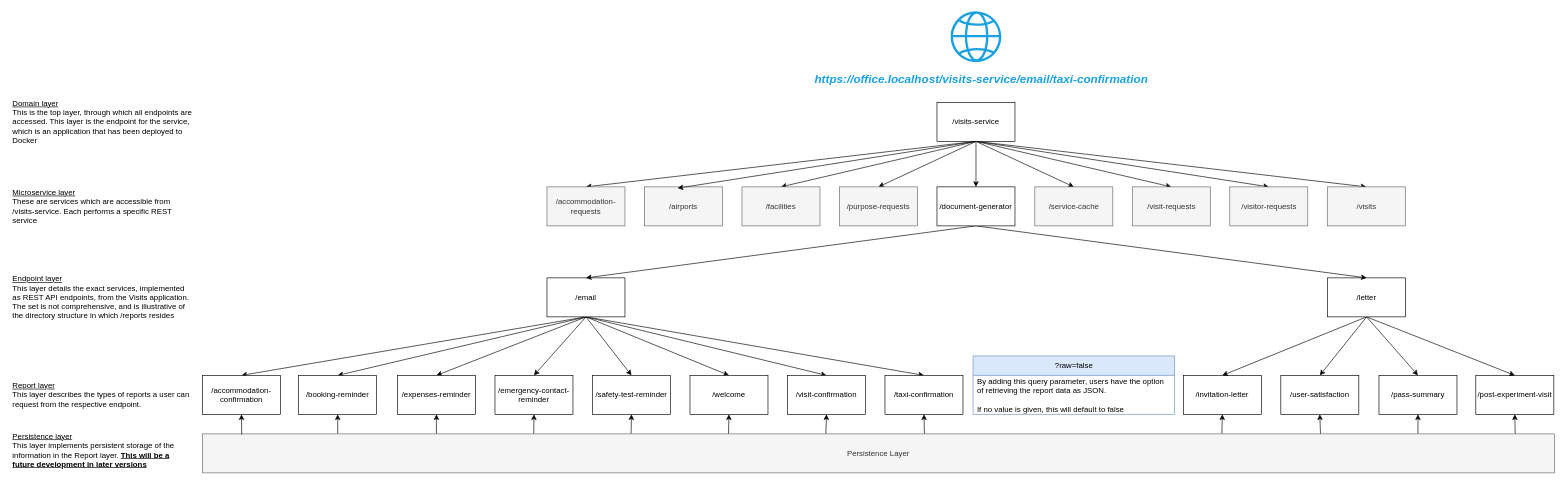
ambolt314/FinalProjectDesign keeps this draw.io diagram as Service URL hierarchy.drawio. Above is the earlier version. Source tidied: cells renumbered, new cells numbered last; positions are measured from the earlier drawing's top-left corner, leaving out a move shared by most shapes. Both pictures are drawn from the tidied source at 65%, with x=0, y=0 at pixel (11, 11).
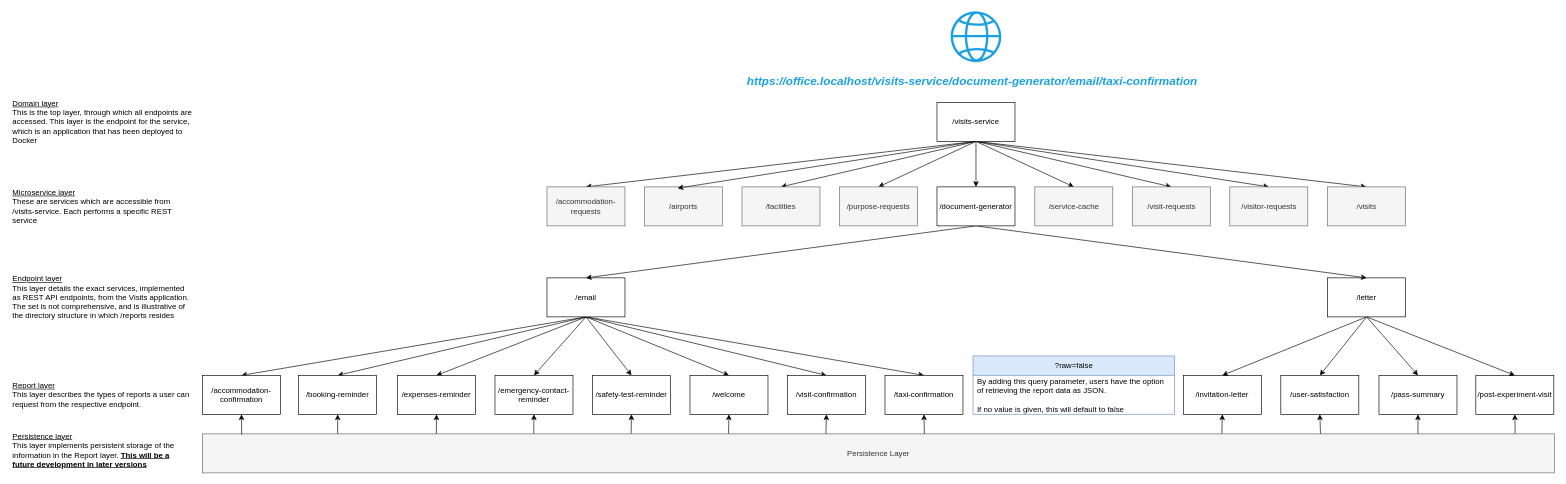
Above is the later version.

Commit message:
Updated URL example

What changed in the source:
```diff
@@
-    <mxCell id="35" value="&lt;div align=&quot;left&quot;&gt;&lt;font color=&quot;#1ba1e2&quot;&gt;&lt;i&gt;&lt;font style=&quot;font-size: 18px;&quot;&gt;&lt;b&gt;https://office.localhost/visits-service/email/taxi-confirmation&lt;/b&gt;&lt;/font&gt;&lt;/i&gt;&lt;/font&gt;&lt;/div&gt;" style="text;html=1;align=left;verticalAlign=middle;whiteSpace=wrap;rounded=0;" parent="1" vertex="1">
-      <mxGeometry x="1234" y="90" width="525" height="30" as="geometry" />
+    <mxCell id="35" value="&lt;div align=&quot;left&quot;&gt;&lt;font color=&quot;#1ba1e2&quot;&gt;&lt;i&gt;&lt;font style=&quot;font-size: 18px;&quot;&gt;&lt;b&gt;https://office.localhost/visits-service/document-generator/email/taxi-confirmation&lt;/b&gt;&lt;/font&gt;&lt;/i&gt;&lt;/font&gt;&lt;/div&gt;" style="text;html=1;align=left;verticalAlign=middle;whiteSpace=wrap;rounded=0;" parent="1" vertex="1">
+      <mxGeometry x="1130" y="93" width="708" height="30" as="geometry" />
     </mxCell>
```
